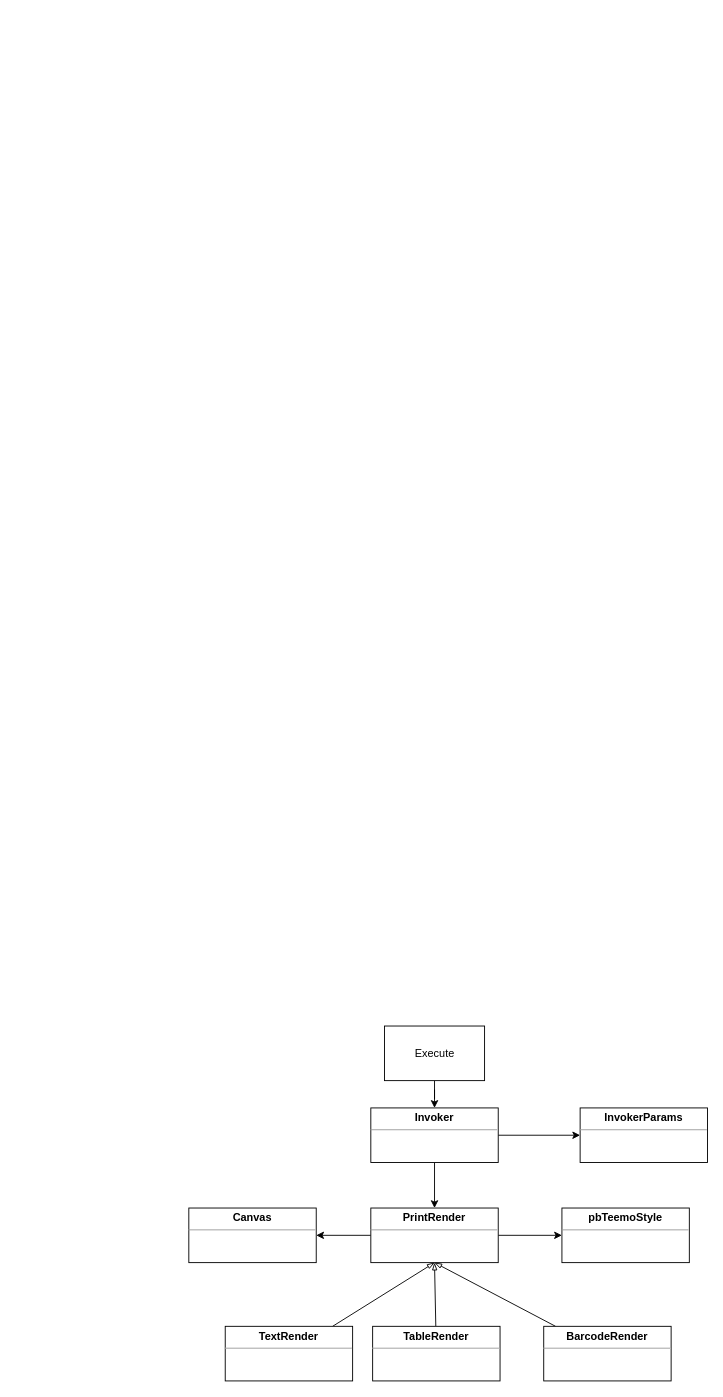
Above: page "Page-5" (5 of 5) of teemoactivex.drawio in mashifei/uml (draw.io), before the change. Source tidied: cells renumbered, new cells numbered last; positions are measured from the earlier drawing's top-left corner, leaving out a move shared by most shapes. Both pictures are drawn from the tidied source at 91%, with x=0, y=0 at pixel (188, 1026).
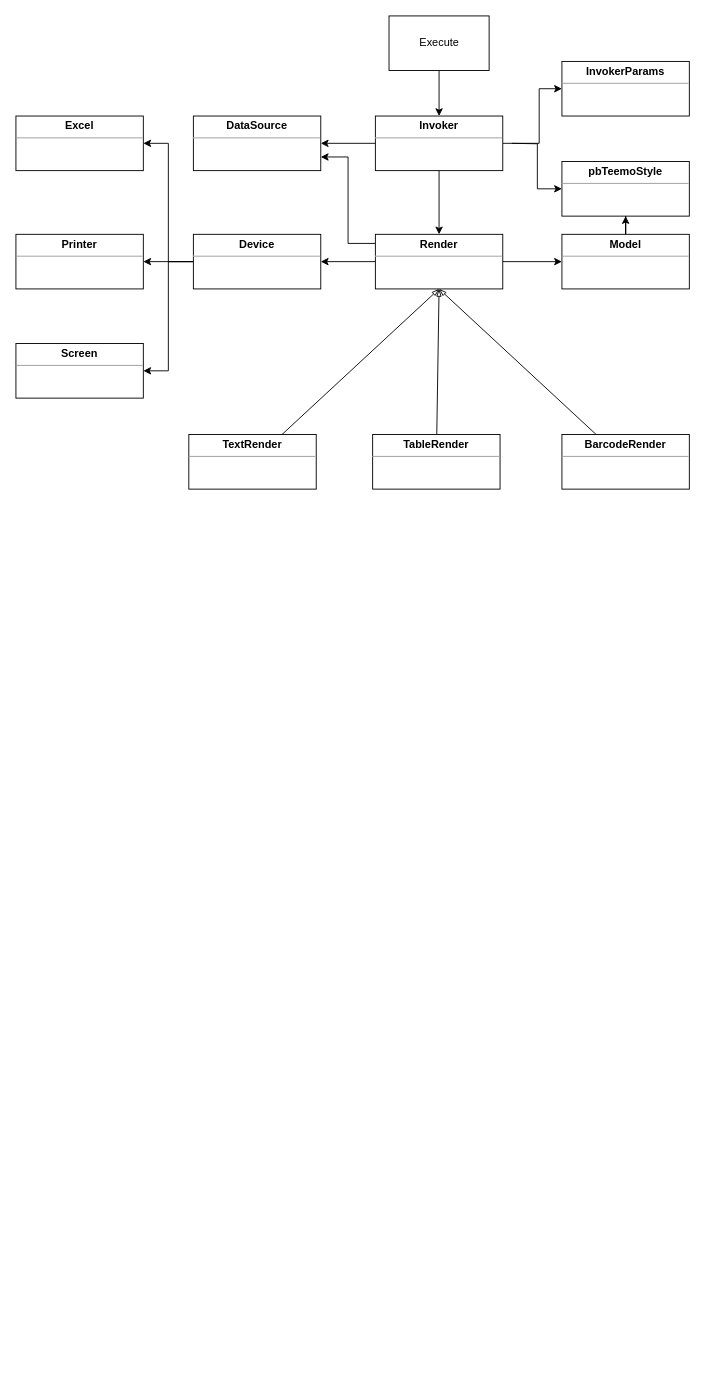
After the change.

What changed in the source:
```diff
@@
     <mxCell id="3" value="Execute" style="html=1;" parent="1" vertex="1">
-      <mxGeometry x="215" width="110" height="60" as="geometry" />
+      <mxGeometry x="220" y="-1110" width="110" height="60" as="geometry" />
     </mxCell>
@@
     <mxCell id="5" style="edgeStyle=orthogonalEdgeStyle;rounded=0;jettySize=auto;html=1;entryX=0;entryY=0.5;entryDx=0;entryDy=0;" parent="1" edge="1" source="6" target="11">
-      <mxGeometry relative="1" as="geometry" />
+      <mxGeometry relative="1" as="geometry">
+        <Array as="points">
+          <mxPoint x="385" y="-970" />
+          <mxPoint x="385" y="-1030" />
+        </Array>
+      </mxGeometry>
     </mxCell>
+    <mxCell id="19" style="edgeStyle=orthogonalEdgeStyle;rounded=0;jettySize=auto;html=1;entryX=1;entryY=0.5;entryDx=0;entryDy=0;" parent="1" edge="1" source="6" target="28">
+      <mxGeometry relative="1" as="geometry" />
+    </mxCell>
     <mxCell id="6" value="&lt;p style=&quot;margin: 0px ; margin-top: 4px ; text-align: center&quot;&gt;&lt;b&gt;Invoker&lt;/b&gt;&lt;/p&gt;&lt;hr size=&quot;1&quot;&gt;&lt;div style=&quot;height: 2px&quot;&gt;&lt;/div&gt;" style="verticalAlign=top;align=left;overflow=fill;fontSize=12;fontFamily=Helvetica;html=1;" parent="1" vertex="1">
-      <mxGeometry x="200" y="90" width="140" height="60" as="geometry" />
+      <mxGeometry x="205" y="-1000" width="140" height="60" as="geometry" />
     </mxCell>
     <mxCell id="7" value="&lt;p style=&quot;margin: 0px ; margin-top: 4px ; text-align: center&quot;&gt;&lt;b&gt;pbTeemoStyle&lt;/b&gt;&lt;/p&gt;&lt;hr size=&quot;1&quot;&gt;&lt;div style=&quot;height: 2px&quot;&gt;&lt;/div&gt;" style="verticalAlign=top;align=left;overflow=fill;fontSize=12;fontFamily=Helvetica;html=1;" parent="1" vertex="1">
-      <mxGeometry x="410" y="200" width="140" height="60" as="geometry" />
+      <mxGeometry x="410" y="-950" width="140" height="60" as="geometry" />
     </mxCell>
-    <mxCell id="8" style="edgeStyle=orthogonalEdgeStyle;rounded=0;jettySize=auto;html=1;" parent="1" edge="1" source="10" target="7">
-      <mxGeometry relative="1" as="geometry" />
-    </mxCell>
@@
+    <mxCell id="20" style="edgeStyle=orthogonalEdgeStyle;rounded=0;jettySize=auto;html=1;entryX=0;entryY=0.5;entryDx=0;entryDy=0;" parent="1" edge="1" target="7">
+      <mxGeometry relative="1" as="geometry">
+        <mxPoint x="355" y="-970" as="sourcePoint" />
+      </mxGeometry>
+    </mxCell>
+    <mxCell id="21" style="edgeStyle=orthogonalEdgeStyle;rounded=0;jettySize=auto;html=1;entryX=0;entryY=0.5;entryDx=0;entryDy=0;" parent="1" edge="1" source="10" target="27">
+      <mxGeometry relative="1" as="geometry" />
+    </mxCell>
+    <mxCell id="22" style="edgeStyle=orthogonalEdgeStyle;rounded=0;jettySize=auto;html=1;entryX=1;entryY=0.75;entryDx=0;entryDy=0;" parent="1" edge="1" source="10" target="28">
+      <mxGeometry relative="1" as="geometry">
+        <Array as="points">
+          <mxPoint x="175" y="-860" />
+          <mxPoint x="175" y="-955" />
+        </Array>
+      </mxGeometry>
+    </mxCell>
-    <mxCell id="10" value="&lt;p style=&quot;margin: 0px ; margin-top: 4px ; text-align: center&quot;&gt;&lt;b&gt;PrintRender&lt;/b&gt;&lt;/p&gt;&lt;hr size=&quot;1&quot;&gt;&lt;div style=&quot;height: 2px&quot;&gt;&lt;/div&gt;" style="verticalAlign=top;align=left;overflow=fill;fontSize=12;fontFamily=Helvetica;html=1;" parent="1" vertex="1">
-      <mxGeometry x="200" y="200" width="140" height="60" as="geometry" />
+    <mxCell id="10" value="&lt;p style=&quot;margin: 0px ; margin-top: 4px ; text-align: center&quot;&gt;&lt;b&gt;Render&lt;/b&gt;&lt;/p&gt;&lt;hr size=&quot;1&quot;&gt;&lt;div style=&quot;height: 2px&quot;&gt;&lt;/div&gt;" style="verticalAlign=top;align=left;overflow=fill;fontSize=12;fontFamily=Helvetica;html=1;" parent="1" vertex="1">
+      <mxGeometry x="205" y="-870" width="140" height="60" as="geometry" />
     </mxCell>
     <mxCell id="11" value="&lt;p style=&quot;margin: 0px ; margin-top: 4px ; text-align: center&quot;&gt;&lt;b&gt;InvokerParams&lt;/b&gt;&lt;/p&gt;&lt;hr size=&quot;1&quot;&gt;&lt;div style=&quot;height: 2px&quot;&gt;&lt;/div&gt;" style="verticalAlign=top;align=left;overflow=fill;fontSize=12;fontFamily=Helvetica;html=1;" parent="1" vertex="1">
-      <mxGeometry x="430" y="90" width="140" height="60" as="geometry" />
+      <mxGeometry x="410" y="-1060" width="140" height="60" as="geometry" />
     </mxCell>
@@
     <mxCell id="13" value="&lt;p style=&quot;margin: 0px ; margin-top: 4px ; text-align: center&quot;&gt;&lt;b&gt;TextRender&lt;/b&gt;&lt;/p&gt;&lt;hr size=&quot;1&quot;&gt;&lt;div style=&quot;height: 2px&quot;&gt;&lt;/div&gt;" style="verticalAlign=top;align=left;overflow=fill;fontSize=12;fontFamily=Helvetica;html=1;" parent="1" vertex="1">
-      <mxGeometry x="40" y="330" width="140" height="60" as="geometry" />
+      <mxGeometry y="-650" width="140" height="60" as="geometry" />
     </mxCell>
@@
     <mxCell id="15" value="&lt;p style=&quot;margin: 0px ; margin-top: 4px ; text-align: center&quot;&gt;&lt;b&gt;TableRender&lt;/b&gt;&lt;/p&gt;&lt;hr size=&quot;1&quot;&gt;&lt;div style=&quot;height: 2px&quot;&gt;&lt;/div&gt;" style="verticalAlign=top;align=left;overflow=fill;fontSize=12;fontFamily=Helvetica;html=1;" parent="1" vertex="1">
-      <mxGeometry x="202" y="330" width="140" height="60" as="geometry" />
+      <mxGeometry x="202" y="-650" width="140" height="60" as="geometry" />
     </mxCell>
@@
     <mxCell id="17" value="&lt;p style=&quot;margin: 0px ; margin-top: 4px ; text-align: center&quot;&gt;&lt;b&gt;BarcodeRender&lt;/b&gt;&lt;/p&gt;&lt;hr size=&quot;1&quot;&gt;&lt;div style=&quot;height: 2px&quot;&gt;&lt;/div&gt;" style="verticalAlign=top;align=left;overflow=fill;fontSize=12;fontFamily=Helvetica;html=1;" parent="1" vertex="1">
-      <mxGeometry x="390" y="330" width="140" height="60" as="geometry" />
+      <mxGeometry x="410" y="-650" width="140" height="60" as="geometry" />
     </mxCell>
+    <mxCell id="23" style="edgeStyle=orthogonalEdgeStyle;rounded=0;jettySize=auto;html=1;entryX=1;entryY=0.5;entryDx=0;entryDy=0;" parent="1" edge="1" source="18" target="29">
+      <mxGeometry relative="1" as="geometry" />
+    </mxCell>
+    <mxCell id="24" style="edgeStyle=orthogonalEdgeStyle;rounded=0;jettySize=auto;html=1;entryX=1;entryY=0.5;entryDx=0;entryDy=0;" parent="1" edge="1" source="18" target="30">
+      <mxGeometry relative="1" as="geometry" />
+    </mxCell>
+    <mxCell id="25" style="edgeStyle=orthogonalEdgeStyle;rounded=0;jettySize=auto;html=1;entryX=1;entryY=0.5;entryDx=0;entryDy=0;" parent="1" edge="1" source="18" target="31">
+      <mxGeometry relative="1" as="geometry" />
+    </mxCell>
-    <mxCell id="18" value="&lt;p style=&quot;margin: 0px ; margin-top: 4px ; text-align: center&quot;&gt;&lt;b&gt;Canvas&lt;/b&gt;&lt;/p&gt;&lt;hr size=&quot;1&quot;&gt;&lt;div style=&quot;height: 2px&quot;&gt;&lt;/div&gt;" style="verticalAlign=top;align=left;overflow=fill;fontSize=12;fontFamily=Helvetica;html=1;" parent="1" vertex="1">
-      <mxGeometry y="200" width="140" height="60" as="geometry" />
+    <mxCell id="18" value="&lt;p style=&quot;margin: 0px ; margin-top: 4px ; text-align: center&quot;&gt;&lt;b&gt;Device&lt;/b&gt;&lt;/p&gt;&lt;hr size=&quot;1&quot;&gt;&lt;div style=&quot;height: 2px&quot;&gt;&lt;/div&gt;" style="verticalAlign=top;align=left;overflow=fill;fontSize=12;fontFamily=Helvetica;html=1;" parent="1" vertex="1">
+      <mxGeometry x="5" y="-870" width="140" height="60" as="geometry" />
     </mxCell>
+    <mxCell id="26" style="edgeStyle=orthogonalEdgeStyle;rounded=0;jettySize=auto;html=1;entryX=0.5;entryY=1;entryDx=0;entryDy=0;" parent="1" edge="1" source="27" target="7">
+      <mxGeometry relative="1" as="geometry" />
+    </mxCell>
+    <mxCell id="27" value="&lt;p style=&quot;margin: 0px ; margin-top: 4px ; text-align: center&quot;&gt;&lt;b&gt;Model&lt;/b&gt;&lt;/p&gt;&lt;hr size=&quot;1&quot;&gt;&lt;div style=&quot;height: 2px&quot;&gt;&lt;/div&gt;" style="verticalAlign=top;align=left;overflow=fill;fontSize=12;fontFamily=Helvetica;html=1;" parent="1" vertex="1">
+      <mxGeometry x="410" y="-870" width="140" height="60" as="geometry" />
+    </mxCell>
+    <mxCell id="28" value="&lt;p style=&quot;margin: 0px ; margin-top: 4px ; text-align: center&quot;&gt;&lt;b&gt;DataSource&lt;/b&gt;&lt;/p&gt;&lt;hr size=&quot;1&quot;&gt;&lt;div style=&quot;height: 2px&quot;&gt;&lt;/div&gt;" style="verticalAlign=top;align=left;overflow=fill;fontSize=12;fontFamily=Helvetica;html=1;" parent="1" vertex="1">
+      <mxGeometry x="5" y="-1000" width="140" height="60" as="geometry" />
+    </mxCell>
+    <mxCell id="29" value="&lt;p style=&quot;margin: 0px ; margin-top: 4px ; text-align: center&quot;&gt;&lt;b&gt;Excel&lt;/b&gt;&lt;/p&gt;&lt;hr size=&quot;1&quot;&gt;&lt;div style=&quot;height: 2px&quot;&gt;&lt;/div&gt;" style="verticalAlign=top;align=left;overflow=fill;fontSize=12;fontFamily=Helvetica;html=1;" parent="1" vertex="1">
+      <mxGeometry x="-190" y="-1000" width="140" height="60" as="geometry" />
+    </mxCell>
+    <mxCell id="30" value="&lt;p style=&quot;margin: 0px ; margin-top: 4px ; text-align: center&quot;&gt;&lt;b&gt;Printer&lt;/b&gt;&lt;/p&gt;&lt;hr size=&quot;1&quot;&gt;&lt;div style=&quot;height: 2px&quot;&gt;&lt;/div&gt;" style="verticalAlign=top;align=left;overflow=fill;fontSize=12;fontFamily=Helvetica;html=1;" parent="1" vertex="1">
+      <mxGeometry x="-190" y="-870" width="140" height="60" as="geometry" />
+    </mxCell>
+    <mxCell id="31" value="&lt;p style=&quot;margin: 0px ; margin-top: 4px ; text-align: center&quot;&gt;&lt;b&gt;Screen&lt;/b&gt;&lt;/p&gt;&lt;hr size=&quot;1&quot;&gt;&lt;div style=&quot;height: 2px&quot;&gt;&lt;/div&gt;" style="verticalAlign=top;align=left;overflow=fill;fontSize=12;fontFamily=Helvetica;html=1;" parent="1" vertex="1">
+      <mxGeometry x="-190" y="-750" width="140" height="60" as="geometry" />
+    </mxCell>
```
